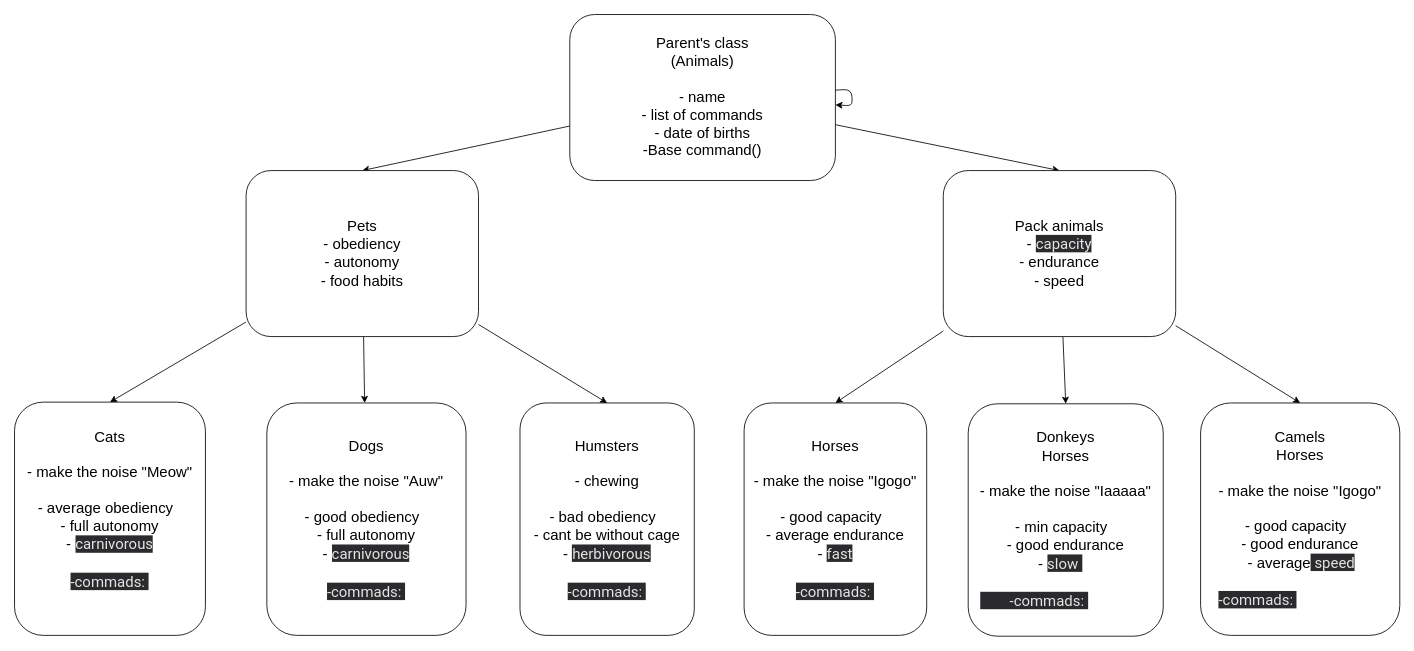
Above: MansFriends.drawio in IvanAntropov/Final-test-work2 (draw.io), before the change. Source tidied: cells renumbered, new cells numbered last; positions are measured from the earlier drawing's top-left corner, leaving out a move shared by most shapes. Both pictures are drawn from the tidied source at 83%, with x=0, y=0 at pixel (14, 14).
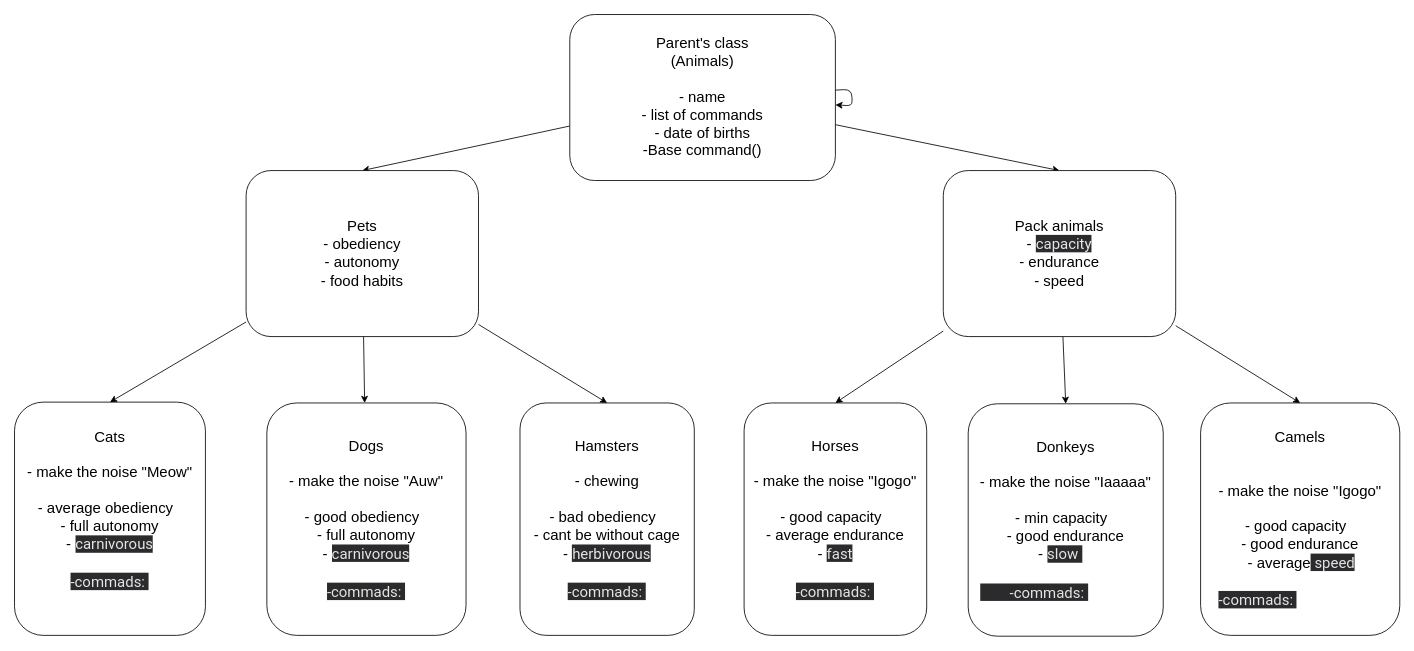
The same diagram, later.

Change to the diagram source:
```diff
@@
 <mxGraphModel>
   <root>
     <mxCell id="0" />
     <mxCell id="1" parent="0" />
     <mxCell id="2" style="edgeStyle=none;html=1;entryX=0.5;entryY=0;entryDx=0;entryDy=0;fontSize=18;" parent="1" edge="1" source="4" target="8">
       <mxGeometry relative="1" as="geometry" />
     </mxCell>
     <mxCell id="3" style="edgeStyle=none;html=1;entryX=0.5;entryY=0;entryDx=0;entryDy=0;fontSize=18;" parent="1" edge="1" source="4" target="12">
       <mxGeometry relative="1" as="geometry" />
     </mxCell>
     <mxCell id="4" value="&lt;font style=&quot;font-size: 18px;&quot;&gt;Parent's class&lt;br&gt;(Animals)&lt;br&gt;&lt;br&gt;- name&lt;br&gt;- list of commands&lt;br&gt;- date of births&lt;br&gt;-Base command()&lt;br&gt;&lt;/font&gt;" style="rounded=1;whiteSpace=wrap;html=1;" parent="1" vertex="1">
       <mxGeometry x="669" width="320" height="200" as="geometry" />
     </mxCell>
     <mxCell id="5" style="edgeStyle=none;html=1;entryX=0.5;entryY=0;entryDx=0;entryDy=0;fontSize=18;" parent="1" edge="1" source="8" target="15">
       <mxGeometry relative="1" as="geometry" />
     </mxCell>
     <mxCell id="6" style="edgeStyle=none;html=1;fontSize=18;" parent="1" edge="1" source="8" target="14">
       <mxGeometry relative="1" as="geometry" />
     </mxCell>
     <mxCell id="7" style="edgeStyle=none;html=1;entryX=0.5;entryY=0;entryDx=0;entryDy=0;fontSize=18;" parent="1" edge="1" source="8" target="13">
       <mxGeometry relative="1" as="geometry" />
     </mxCell>
     <mxCell id="8" value="Pets&lt;br&gt;-&amp;nbsp;obediency&lt;span style=&quot;color: rgb(229, 229, 229); font-family: Roboto, Helvetica, Arial, sans-serif; text-align: left; background-color: rgb(43, 43, 46);&quot;&gt;&lt;br&gt;&lt;/span&gt;- autonomy&lt;br&gt;-&amp;nbsp;food habits&lt;br&gt;" style="rounded=1;whiteSpace=wrap;html=1;fontSize=18;" parent="1" vertex="1">
       <mxGeometry x="279" y="188" width="280" height="200" as="geometry" />
     </mxCell>
     <mxCell id="9" style="edgeStyle=none;html=1;entryX=0.5;entryY=0;entryDx=0;entryDy=0;fontSize=18;" parent="1" edge="1" source="12" target="16">
       <mxGeometry relative="1" as="geometry" />
     </mxCell>
     <mxCell id="10" style="edgeStyle=none;html=1;entryX=0.5;entryY=0;entryDx=0;entryDy=0;fontSize=18;" parent="1" edge="1" source="12" target="18">
       <mxGeometry relative="1" as="geometry" />
     </mxCell>
     <mxCell id="11" style="edgeStyle=none;html=1;entryX=0.5;entryY=0;entryDx=0;entryDy=0;fontSize=18;" parent="1" edge="1" source="12" target="17">
       <mxGeometry relative="1" as="geometry" />
     </mxCell>
     <mxCell id="12" value="Pack animals&lt;br&gt;-&amp;nbsp;&lt;span style=&quot;color: rgb(229, 229, 229); font-family: Roboto, Helvetica, Arial, sans-serif; text-align: left; background-color: rgb(43, 43, 46);&quot;&gt;capacity&lt;br&gt;&lt;/span&gt;- endurance&lt;br&gt;- speed" style="rounded=1;whiteSpace=wrap;html=1;fontSize=18;" parent="1" vertex="1">
       <mxGeometry x="1119" y="188" width="280" height="200" as="geometry" />
     </mxCell>
     <mxCell id="13" value="Cats&lt;br&gt;&lt;br&gt;- make the noise &quot;Meow&quot;&lt;br&gt;&lt;br&gt;- average obediency&amp;nbsp;&amp;nbsp;&lt;br&gt;- full autonomy&lt;br&gt;-&amp;nbsp;&lt;span style=&quot;color: rgb(229, 229, 229); font-family: Roboto, Helvetica, Arial, sans-serif; text-align: left; background-color: rgb(43, 43, 46);&quot;&gt;carnivorous&lt;br&gt;&lt;br&gt;-commads:&amp;nbsp;&lt;br&gt;&lt;br&gt;&lt;/span&gt;" style="rounded=1;whiteSpace=wrap;html=1;fontSize=18;" parent="1" vertex="1">
       <mxGeometry y="467" width="230" height="281" as="geometry" />
     </mxCell>
     <mxCell id="14" value="Dogs&lt;br&gt;&lt;br&gt;- make the noise &quot;Auw&quot;&lt;br&gt;&lt;br&gt;- good obediency&amp;nbsp;&amp;nbsp;&lt;br&gt;- full autonomy&lt;br&gt;-&amp;nbsp;&lt;span style=&quot;color: rgb(229, 229, 229); font-family: Roboto, Helvetica, Arial, sans-serif; text-align: left; background-color: rgb(43, 43, 46);&quot;&gt;carnivorous&lt;br&gt;&lt;br&gt;&lt;/span&gt;&lt;span style=&quot;color: rgb(229, 229, 229); font-family: Roboto, Helvetica, Arial, sans-serif; text-align: left; background-color: rgb(43, 43, 46);&quot;&gt;-commads:&amp;nbsp;&lt;/span&gt;" style="rounded=1;whiteSpace=wrap;html=1;fontSize=18;" parent="1" vertex="1">
       <mxGeometry x="304" y="468" width="240" height="280" as="geometry" />
     </mxCell>
-    <mxCell id="15" value="Humsters&lt;br&gt;&lt;br&gt;- chewing&lt;br&gt;&lt;br&gt;- bad obediency&amp;nbsp;&amp;nbsp;&lt;br&gt;- cant be without cage&lt;br&gt;-&amp;nbsp;&lt;span style=&quot;color: rgb(229, 229, 229); font-family: Roboto, Helvetica, Arial, sans-serif; text-align: left; background-color: rgb(43, 43, 46);&quot;&gt;herbivorous&lt;br&gt;&lt;br&gt;&lt;/span&gt;&lt;span style=&quot;color: rgb(229, 229, 229); font-family: Roboto, Helvetica, Arial, sans-serif; text-align: left; background-color: rgb(43, 43, 46);&quot;&gt;-commads:&amp;nbsp;&lt;/span&gt;" style="rounded=1;whiteSpace=wrap;html=1;fontSize=18;" parent="1" vertex="1">
+    <mxCell id="15" value="Hamsters&lt;br&gt;&lt;br&gt;- chewing&lt;br&gt;&lt;br&gt;- bad obediency&amp;nbsp;&amp;nbsp;&lt;br&gt;- cant be without cage&lt;br&gt;-&amp;nbsp;&lt;span style=&quot;color: rgb(229, 229, 229); font-family: Roboto, Helvetica, Arial, sans-serif; text-align: left; background-color: rgb(43, 43, 46);&quot;&gt;herbivorous&lt;br&gt;&lt;br&gt;&lt;/span&gt;&lt;span style=&quot;color: rgb(229, 229, 229); font-family: Roboto, Helvetica, Arial, sans-serif; text-align: left; background-color: rgb(43, 43, 46);&quot;&gt;-commads:&amp;nbsp;&lt;/span&gt;" style="rounded=1;whiteSpace=wrap;html=1;fontSize=18;" parent="1" vertex="1">
       <mxGeometry x="609" y="468" width="210" height="280" as="geometry" />
     </mxCell>
     <mxCell id="16" value="Horses&lt;br&gt;&lt;br&gt;- make the noise &quot;Igogo&quot;&lt;br&gt;&lt;br&gt;- good capacity&amp;nbsp;&amp;nbsp;&lt;br&gt;- average&amp;nbsp;endurance&lt;br&gt;-&amp;nbsp;&lt;span style=&quot;color: rgb(229, 229, 229); font-family: Roboto, Helvetica, Arial, sans-serif; text-align: left; background-color: rgb(43, 43, 46);&quot;&gt;fast&lt;br&gt;&lt;br&gt;&lt;/span&gt;&lt;span style=&quot;color: rgb(229, 229, 229); font-family: Roboto, Helvetica, Arial, sans-serif; text-align: left; background-color: rgb(43, 43, 46);&quot;&gt;-commads:&amp;nbsp;&lt;/span&gt;" style="rounded=1;whiteSpace=wrap;html=1;fontSize=18;" parent="1" vertex="1">
       <mxGeometry x="879" y="468" width="220" height="280" as="geometry" />
     </mxCell>
-    <mxCell id="17" value="Camels&lt;br&gt;Horses&lt;br&gt;&lt;br&gt;- make the noise &quot;Igogo&quot;&lt;br&gt;&lt;br&gt;- good capacity&amp;nbsp;&amp;nbsp;&lt;br&gt;- good endurance&lt;br&gt;&lt;div style=&quot;text-align: left;&quot;&gt;&lt;span style=&quot;background-color: initial;&quot;&gt;&amp;nbsp; &amp;nbsp; &amp;nbsp; &amp;nbsp;-&amp;nbsp;&lt;/span&gt;&lt;span style=&quot;text-align: center;&quot;&gt;average&lt;/span&gt;&lt;font face=&quot;Roboto, Helvetica, Arial, sans-serif&quot; color=&quot;#e5e5e5&quot;&gt;&lt;span style=&quot;background-color: rgb(43, 43, 46);&quot;&gt;&amp;nbsp;speed&lt;/span&gt;&lt;/font&gt;&lt;/div&gt;&lt;div style=&quot;text-align: left;&quot;&gt;&lt;font face=&quot;Roboto, Helvetica, Arial, sans-serif&quot; color=&quot;#e5e5e5&quot;&gt;&lt;span style=&quot;background-color: rgb(43, 43, 46);&quot;&gt;&lt;br&gt;&lt;/span&gt;&lt;/font&gt;&lt;/div&gt;&lt;div style=&quot;text-align: left;&quot;&gt;&lt;span style=&quot;color: rgb(229, 229, 229); font-family: Roboto, Helvetica, Arial, sans-serif; background-color: rgb(43, 43, 46);&quot;&gt;&lt;span style=&quot;&quot;&gt;&#9;&lt;/span&gt;-commads:&amp;nbsp;&lt;/span&gt;&lt;br style=&quot;color: rgb(229, 229, 229); font-family: Roboto, Helvetica, Arial, sans-serif;&quot;&gt;&lt;/div&gt;" style="rounded=1;whiteSpace=wrap;html=1;fontSize=18;" parent="1" vertex="1">
+    <mxCell id="17" value="Camels&lt;br&gt;&lt;br&gt;&lt;br&gt;- make the noise &quot;Igogo&quot;&lt;br&gt;&lt;br&gt;- good capacity&amp;nbsp;&amp;nbsp;&lt;br&gt;- good endurance&lt;br&gt;&lt;div style=&quot;text-align: left;&quot;&gt;&lt;span style=&quot;background-color: initial;&quot;&gt;&amp;nbsp; &amp;nbsp; &amp;nbsp; &amp;nbsp;-&amp;nbsp;&lt;/span&gt;&lt;span style=&quot;text-align: center;&quot;&gt;average&lt;/span&gt;&lt;font face=&quot;Roboto, Helvetica, Arial, sans-serif&quot; color=&quot;#e5e5e5&quot;&gt;&lt;span style=&quot;background-color: rgb(43, 43, 46);&quot;&gt;&amp;nbsp;speed&lt;/span&gt;&lt;/font&gt;&lt;/div&gt;&lt;div style=&quot;text-align: left;&quot;&gt;&lt;font face=&quot;Roboto, Helvetica, Arial, sans-serif&quot; color=&quot;#e5e5e5&quot;&gt;&lt;span style=&quot;background-color: rgb(43, 43, 46);&quot;&gt;&lt;br&gt;&lt;/span&gt;&lt;/font&gt;&lt;/div&gt;&lt;div style=&quot;text-align: left;&quot;&gt;&lt;span style=&quot;color: rgb(229, 229, 229); font-family: Roboto, Helvetica, Arial, sans-serif; background-color: rgb(43, 43, 46);&quot;&gt;&lt;span style=&quot;&quot;&gt;&#9;&lt;/span&gt;-commads:&amp;nbsp;&lt;/span&gt;&lt;br style=&quot;color: rgb(229, 229, 229); font-family: Roboto, Helvetica, Arial, sans-serif;&quot;&gt;&lt;/div&gt;" style="rounded=1;whiteSpace=wrap;html=1;fontSize=18;" parent="1" vertex="1">
       <mxGeometry x="1429" y="468" width="240" height="280" as="geometry" />
     </mxCell>
-    <mxCell id="18" value="Donkeys&lt;br&gt;Horses&lt;br&gt;&lt;br&gt;- make the noise &quot;Iaaaaa&quot;&lt;br&gt;&lt;br&gt;- min capacity&amp;nbsp;&amp;nbsp;&lt;br&gt;- good endurance&lt;br&gt;&lt;div style=&quot;text-align: left;&quot;&gt;&lt;span style=&quot;background-color: initial;&quot;&gt;&amp;nbsp; &amp;nbsp; &amp;nbsp; &amp;nbsp; &amp;nbsp; &amp;nbsp; &amp;nbsp; - &lt;/span&gt;&lt;font face=&quot;Roboto, Helvetica, Arial, sans-serif&quot; color=&quot;#e5e5e5&quot;&gt;&lt;span style=&quot;background-color: rgb(43, 43, 46);&quot;&gt;slow&amp;nbsp;&lt;/span&gt;&lt;/font&gt;&lt;/div&gt;&lt;div style=&quot;text-align: left;&quot;&gt;&lt;font face=&quot;Roboto, Helvetica, Arial, sans-serif&quot; color=&quot;#e5e5e5&quot;&gt;&lt;span style=&quot;background-color: rgb(43, 43, 46);&quot;&gt;&lt;br&gt;&lt;/span&gt;&lt;/font&gt;&lt;/div&gt;&lt;div style=&quot;text-align: left;&quot;&gt;&lt;span style=&quot;color: rgb(229, 229, 229); font-family: Roboto, Helvetica, Arial, sans-serif; background-color: rgb(43, 43, 46);&quot;&gt;&lt;span style=&quot;white-space: pre;&quot;&gt;&#9;&lt;/span&gt;-commads:&amp;nbsp;&lt;/span&gt;&lt;br style=&quot;color: rgb(229, 229, 229); font-family: Roboto, Helvetica, Arial, sans-serif;&quot;&gt;&lt;/div&gt;" style="rounded=1;whiteSpace=wrap;html=1;fontSize=18;" parent="1" vertex="1">
+    <mxCell id="18" value="Donkeys&lt;br&gt;&lt;br&gt;- make the noise &quot;Iaaaaa&quot;&lt;br&gt;&lt;br&gt;- min capacity&amp;nbsp;&amp;nbsp;&lt;br&gt;- good endurance&lt;br&gt;&lt;div style=&quot;text-align: left;&quot;&gt;&lt;span style=&quot;background-color: initial;&quot;&gt;&amp;nbsp; &amp;nbsp; &amp;nbsp; &amp;nbsp; &amp;nbsp; &amp;nbsp; &amp;nbsp; - &lt;/span&gt;&lt;font face=&quot;Roboto, Helvetica, Arial, sans-serif&quot; color=&quot;#e5e5e5&quot;&gt;&lt;span style=&quot;background-color: rgb(43, 43, 46);&quot;&gt;slow&amp;nbsp;&lt;/span&gt;&lt;/font&gt;&lt;/div&gt;&lt;div style=&quot;text-align: left;&quot;&gt;&lt;font face=&quot;Roboto, Helvetica, Arial, sans-serif&quot; color=&quot;#e5e5e5&quot;&gt;&lt;span style=&quot;background-color: rgb(43, 43, 46);&quot;&gt;&lt;br&gt;&lt;/span&gt;&lt;/font&gt;&lt;/div&gt;&lt;div style=&quot;text-align: left;&quot;&gt;&lt;span style=&quot;color: rgb(229, 229, 229); font-family: Roboto, Helvetica, Arial, sans-serif; background-color: rgb(43, 43, 46);&quot;&gt;&lt;span style=&quot;white-space: pre;&quot;&gt;&#9;&lt;/span&gt;-commads:&amp;nbsp;&lt;/span&gt;&lt;br style=&quot;color: rgb(229, 229, 229); font-family: Roboto, Helvetica, Arial, sans-serif;&quot;&gt;&lt;/div&gt;" style="rounded=1;whiteSpace=wrap;html=1;fontSize=18;" parent="1" vertex="1">
       <mxGeometry x="1149" y="469" width="235" height="280" as="geometry" />
     </mxCell>
     <mxCell id="19" style="edgeStyle=none;html=1;fontSize=18;" parent="1" edge="1" source="4" target="4">
       <mxGeometry relative="1" as="geometry" />
     </mxCell>
   </root>
 </mxGraphModel>
```
